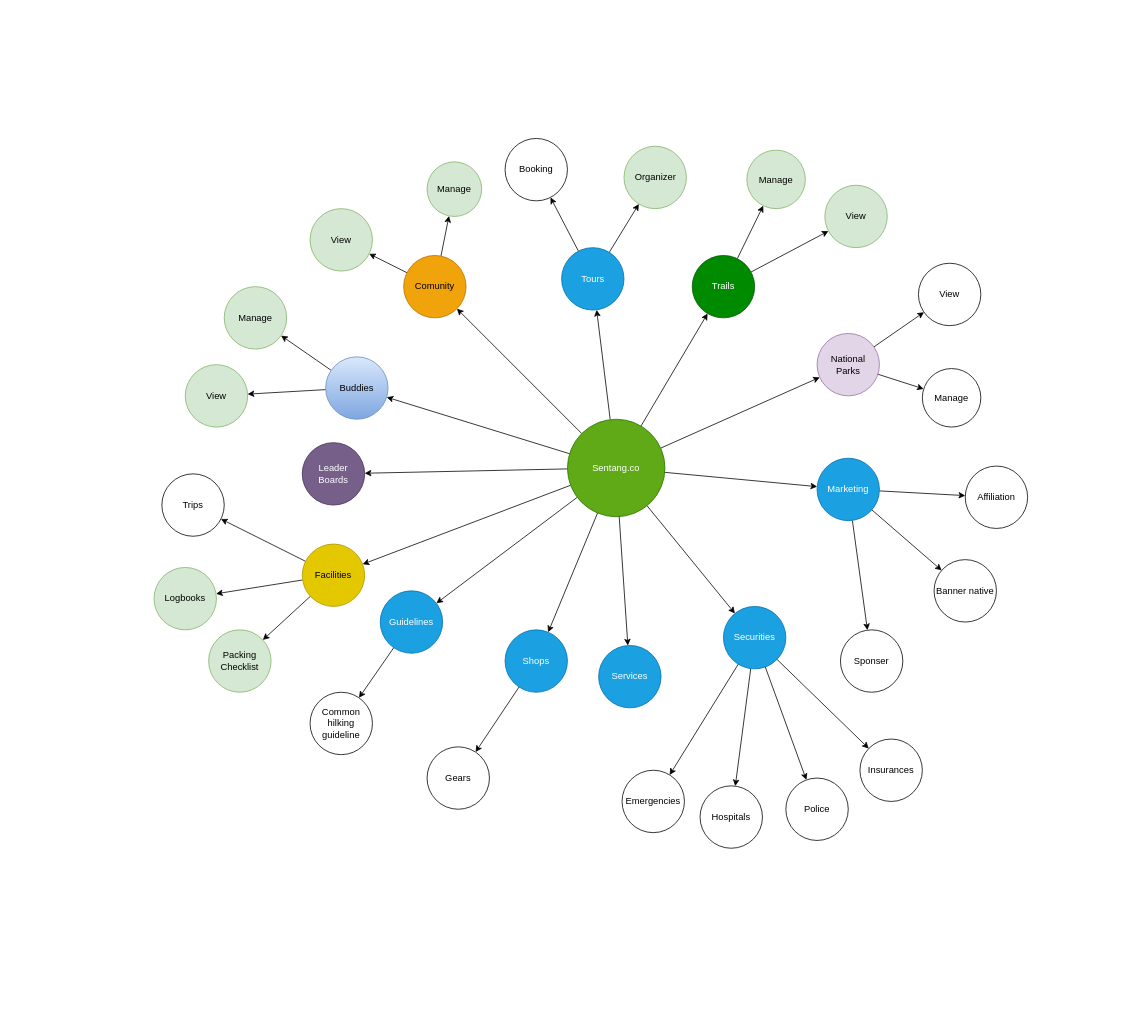
chavp/DataModeling keeps this draw.io diagram as page "Products" (1 of 3) of docs/draw/sentang.drawio. Above is the earlier version. Source tidied: cells renumbered, new cells numbered last; positions are measured from the earlier drawing's top-left corner, leaving out a move shared by most shapes. Both pictures are drawn from the tidied source at 78%, with x=0, y=0 at pixel (154, 138).
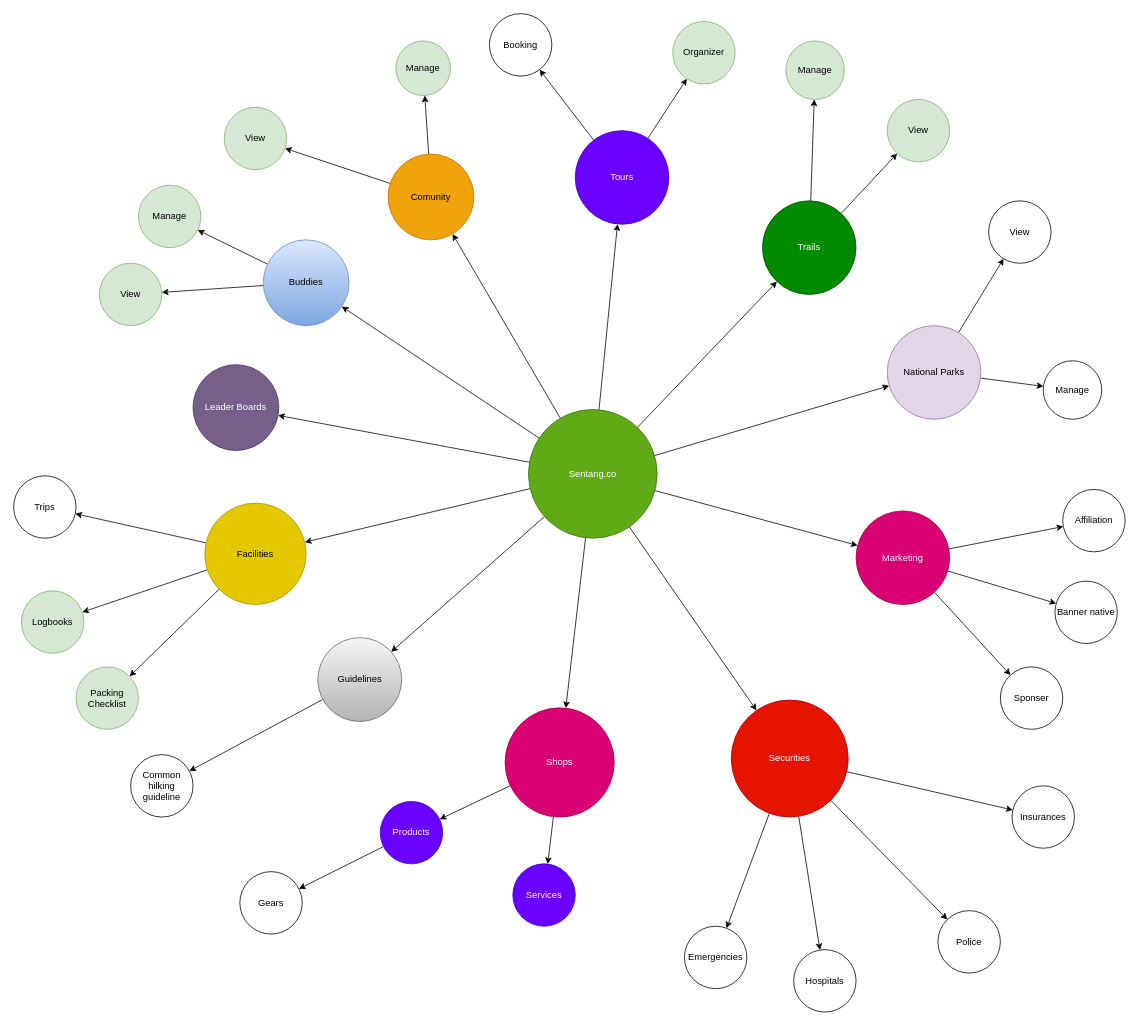
The same page after the edit.

What changed in the source:
```diff
@@
     <mxCell id="13" value="Sentang.co" style="ellipse;whiteSpace=wrap;html=1;fillColor=#60a917;fontColor=#ffffff;strokeColor=#2D7600;" parent="1" vertex="1">
-      <mxGeometry x="530" y="360" width="125" height="125" as="geometry" />
+      <mxGeometry x="480" y="347.5" width="165" height="165" as="geometry" />
     </mxCell>
@@
     <mxCell id="16" value="Comunity" style="ellipse;whiteSpace=wrap;html=1;fillColor=#f0a30a;fontColor=#000000;strokeColor=#BD7000;" parent="1" vertex="1">
-      <mxGeometry x="320" y="150" width="80" height="80" as="geometry" />
+      <mxGeometry x="300" y="20" width="110" height="110" as="geometry" />
     </mxCell>
@@
-    <mxCell id="19" value="Tours" style="ellipse;whiteSpace=wrap;html=1;fillColor=#1ba1e2;fontColor=#ffffff;strokeColor=#006EAF;" parent="1" vertex="1">
-      <mxGeometry x="522.5" y="140" width="80" height="80" as="geometry" />
+    <mxCell id="19" value="Tours" style="ellipse;whiteSpace=wrap;html=1;fillColor=#6a00ff;fontColor=#ffffff;strokeColor=#3700CC;" parent="1" vertex="1">
+      <mxGeometry x="540" y="-10" width="120" height="120" as="geometry" />
     </mxCell>
@@
     <mxCell id="22" value="Trails" style="ellipse;whiteSpace=wrap;html=1;fillColor=#008a00;fontColor=#ffffff;strokeColor=#005700;" parent="1" vertex="1">
-      <mxGeometry x="690" y="150" width="80" height="80" as="geometry" />
+      <mxGeometry x="780" y="80" width="120" height="120" as="geometry" />
     </mxCell>
@@
     <mxCell id="25" value="Buddies" style="ellipse;whiteSpace=wrap;html=1;fillColor=#dae8fc;strokeColor=#6c8ebf;gradientColor=#7ea6e0;" parent="1" vertex="1">
-      <mxGeometry x="220" y="280" width="80" height="80" as="geometry" />
+      <mxGeometry x="140" y="130" width="110" height="110" as="geometry" />
     </mxCell>
     <mxCell id="26" value="View" style="ellipse;whiteSpace=wrap;html=1;fillColor=#d5e8d4;strokeColor=#82b366;" parent="1" vertex="1">
-      <mxGeometry x="200" y="90" width="80" height="80" as="geometry" />
+      <mxGeometry x="90" y="-40" width="80" height="80" as="geometry" />
     </mxCell>
     <mxCell id="27" value="Manage" style="ellipse;whiteSpace=wrap;html=1;fillColor=#d5e8d4;strokeColor=#82b366;" parent="1" vertex="1">
-      <mxGeometry x="350" y="30" width="70" height="70" as="geometry" />
+      <mxGeometry x="310" y="-125" width="70" height="70" as="geometry" />
     </mxCell>
     <mxCell id="28" value="View" style="ellipse;whiteSpace=wrap;html=1;fillColor=#d5e8d4;strokeColor=#82b366;" parent="1" vertex="1">
-      <mxGeometry x="860" y="60" width="80" height="80" as="geometry" />
+      <mxGeometry x="940" y="-50" width="80" height="80" as="geometry" />
     </mxCell>
     <mxCell id="29" value="Manage" style="ellipse;whiteSpace=wrap;html=1;fillColor=#d5e8d4;strokeColor=#82b366;" parent="1" vertex="1">
-      <mxGeometry x="760" y="15" width="75" height="75" as="geometry" />
+      <mxGeometry x="810" y="-125" width="75" height="75" as="geometry" />
     </mxCell>
     <mxCell id="30" value="Leader Boards" style="ellipse;whiteSpace=wrap;html=1;fillColor=#76608a;fontColor=#ffffff;strokeColor=#432D57;" parent="1" vertex="1">
-      <mxGeometry x="190" y="390" width="80" height="80" as="geometry" />
+      <mxGeometry x="50" y="290" width="110" height="110" as="geometry" />
     </mxCell>
     <mxCell id="31" value="View" style="ellipse;whiteSpace=wrap;html=1;fillColor=#d5e8d4;strokeColor=#82b366;" parent="1" vertex="1">
-      <mxGeometry x="40" y="290" width="80" height="80" as="geometry" />
+      <mxGeometry x="-70" y="160" width="80" height="80" as="geometry" />
     </mxCell>
     <mxCell id="32" value="Manage" style="ellipse;whiteSpace=wrap;html=1;fillColor=#d5e8d4;strokeColor=#82b366;" parent="1" vertex="1">
-      <mxGeometry x="90" y="190" width="80" height="80" as="geometry" />
+      <mxGeometry x="-20" y="60" width="80" height="80" as="geometry" />
     </mxCell>
     <mxCell id="33" value="Booking" style="ellipse;whiteSpace=wrap;html=1;" parent="1" vertex="1">
-      <mxGeometry x="450" width="80" height="80" as="geometry" />
+      <mxGeometry x="430" y="-160" width="80" height="80" as="geometry" />
     </mxCell>
     <mxCell id="34" value="Organizer" style="ellipse;whiteSpace=wrap;html=1;fillColor=#d5e8d4;strokeColor=#82b366;" parent="1" vertex="1">
-      <mxGeometry x="602.5" y="10" width="80" height="80" as="geometry" />
+      <mxGeometry x="665" y="-150" width="80" height="80" as="geometry" />
     </mxCell>
@@
     <mxCell id="37" value="National Parks" style="ellipse;whiteSpace=wrap;html=1;fillColor=#e1d5e7;strokeColor=#9673a6;" parent="1" vertex="1">
-      <mxGeometry x="850" y="250" width="80" height="80" as="geometry" />
+      <mxGeometry x="940" y="240" width="120" height="120" as="geometry" />
     </mxCell>
     <mxCell id="38" value="View" style="ellipse;whiteSpace=wrap;html=1;" parent="1" vertex="1">
-      <mxGeometry x="980" y="160" width="80" height="80" as="geometry" />
+      <mxGeometry x="1070" y="80" width="80" height="80" as="geometry" />
     </mxCell>
     <mxCell id="39" value="Manage" style="ellipse;whiteSpace=wrap;html=1;" parent="1" vertex="1">
-      <mxGeometry x="985" y="295" width="75" height="75" as="geometry" />
+      <mxGeometry x="1140" y="285" width="75" height="75" as="geometry" />
     </mxCell>
@@
     <mxCell id="43" value="Facilities" style="ellipse;whiteSpace=wrap;html=1;fillColor=#e3c800;strokeColor=#B09500;fontColor=#000000;" parent="1" vertex="1">
-      <mxGeometry x="190" y="520" width="80" height="80" as="geometry" />
+      <mxGeometry x="65" y="467.5" width="130" height="130" as="geometry" />
     </mxCell>
     <mxCell id="44" value="Trips" style="ellipse;whiteSpace=wrap;html=1;" parent="1" vertex="1">
-      <mxGeometry x="10" y="430" width="80" height="80" as="geometry" />
+      <mxGeometry x="-180" y="432.5" width="80" height="80" as="geometry" />
     </mxCell>
     <mxCell id="45" value="Logbooks" style="ellipse;whiteSpace=wrap;html=1;fillColor=#d5e8d4;strokeColor=#82b366;" parent="1" vertex="1">
-      <mxGeometry y="550" width="80" height="80" as="geometry" />
+      <mxGeometry x="-170" y="580" width="80" height="80" as="geometry" />
     </mxCell>
     <mxCell id="46" value="Packing Checklist" style="ellipse;whiteSpace=wrap;html=1;fillColor=#d5e8d4;strokeColor=#82b366;" parent="1" vertex="1">
-      <mxGeometry x="70" y="630" width="80" height="80" as="geometry" />
+      <mxGeometry x="-100" y="677.5" width="80" height="80" as="geometry" />
     </mxCell>
-    <mxCell id="47" style="rounded=0;jettySize=auto;html=1;" parent="1" edge="1" source="48" target="49">
+    <mxCell id="47" style="rounded=0;jettySize=auto;html=1;" parent="1" edge="1" source="71" target="49">
       <mxGeometry relative="1" as="geometry" />
     </mxCell>
-    <mxCell id="48" value="Shops" style="ellipse;whiteSpace=wrap;html=1;fillColor=#1ba1e2;fontColor=#ffffff;strokeColor=#006EAF;" parent="1" vertex="1">
-      <mxGeometry x="450" y="630" width="80" height="80" as="geometry" />
+    <mxCell id="48" value="Shops" style="ellipse;whiteSpace=wrap;html=1;fillColor=#d80073;fontColor=#ffffff;strokeColor=#A50040;" parent="1" vertex="1">
+      <mxGeometry x="450" y="730" width="140" height="140" as="geometry" />
     </mxCell>
     <mxCell id="49" value="Gears" style="ellipse;whiteSpace=wrap;html=1;" parent="1" vertex="1">
-      <mxGeometry x="350" y="780" width="80" height="80" as="geometry" />
+      <mxGeometry x="110" y="940" width="80" height="80" as="geometry" />
     </mxCell>
@@
-    <mxCell id="53" value="Marketing" style="ellipse;whiteSpace=wrap;html=1;fillColor=#1ba1e2;fontColor=#ffffff;strokeColor=#006EAF;" parent="1" vertex="1">
-      <mxGeometry x="850" y="410" width="80" height="80" as="geometry" />
+    <mxCell id="53" value="Marketing" style="ellipse;whiteSpace=wrap;html=1;fillColor=#d80073;fontColor=#ffffff;strokeColor=#A50040;" parent="1" vertex="1">
+      <mxGeometry x="900" y="477.5" width="120" height="120" as="geometry" />
     </mxCell>
     <mxCell id="54" value="Sponser" style="ellipse;whiteSpace=wrap;html=1;" parent="1" vertex="1">
-      <mxGeometry x="880" y="630" width="80" height="80" as="geometry" />
+      <mxGeometry x="1085" y="677.5" width="80" height="80" as="geometry" />
     </mxCell>
     <mxCell id="55" value="Banner native" style="ellipse;whiteSpace=wrap;html=1;" parent="1" vertex="1">
-      <mxGeometry x="1000" y="540" width="80" height="80" as="geometry" />
+      <mxGeometry x="1155" y="567.5" width="80" height="80" as="geometry" />
     </mxCell>
     <mxCell id="56" value="Affiliation" style="ellipse;whiteSpace=wrap;html=1;" parent="1" vertex="1">
-      <mxGeometry x="1040" y="420" width="80" height="80" as="geometry" />
+      <mxGeometry x="1165" y="450" width="80" height="80" as="geometry" />
     </mxCell>
-    <mxCell id="57" value="Services" style="ellipse;whiteSpace=wrap;html=1;fillColor=#1ba1e2;fontColor=#ffffff;strokeColor=#006EAF;" parent="1" vertex="1">
-      <mxGeometry x="570" y="650" width="80" height="80" as="geometry" />
+    <mxCell id="57" value="Services" style="ellipse;whiteSpace=wrap;html=1;fillColor=#6a00ff;fontColor=#ffffff;strokeColor=#3700CC;" parent="1" vertex="1">
+      <mxGeometry x="460" y="930" width="80" height="80" as="geometry" />
     </mxCell>
-    <mxCell id="58" style="rounded=0;jettySize=auto;html=1;" parent="1" edge="1" source="13" target="57">
+    <mxCell id="58" style="rounded=0;jettySize=auto;html=1;" parent="1" edge="1" source="48" target="57">
       <mxGeometry relative="1" as="geometry" />
     </mxCell>
@@
-    <mxCell id="63" value="Securities" style="ellipse;whiteSpace=wrap;html=1;fillColor=#1ba1e2;fontColor=#ffffff;strokeColor=#006EAF;" parent="1" vertex="1">
-      <mxGeometry x="730" y="600" width="80" height="80" as="geometry" />
+    <mxCell id="63" value="Securities" style="ellipse;whiteSpace=wrap;html=1;fillColor=light-dark(#E51400,#FF3939);fontColor=#ffffff;strokeColor=#B20000;" parent="1" vertex="1">
+      <mxGeometry x="740" y="720" width="150" height="150" as="geometry" />
     </mxCell>
     <mxCell id="64" value="Emergencies" style="ellipse;whiteSpace=wrap;html=1;" parent="1" vertex="1">
-      <mxGeometry x="600" y="810" width="80" height="80" as="geometry" />
+      <mxGeometry x="680" y="1010" width="80" height="80" as="geometry" />
     </mxCell>
     <mxCell id="65" value="Hospitals" style="ellipse;whiteSpace=wrap;html=1;" parent="1" vertex="1">
-      <mxGeometry x="700" y="830" width="80" height="80" as="geometry" />
+      <mxGeometry x="820" y="1040" width="80" height="80" as="geometry" />
     </mxCell>
     <mxCell id="66" value="Police" style="ellipse;whiteSpace=wrap;html=1;" parent="1" vertex="1">
-      <mxGeometry x="810" y="820" width="80" height="80" as="geometry" />
+      <mxGeometry x="1005" y="990" width="80" height="80" as="geometry" />
     </mxCell>
     <mxCell id="67" value="Insurances" style="ellipse;whiteSpace=wrap;html=1;" parent="1" vertex="1">
-      <mxGeometry x="905" y="770" width="80" height="80" as="geometry" />
+      <mxGeometry x="1100" y="830" width="80" height="80" as="geometry" />
     </mxCell>
@@
-    <mxCell id="69" value="Guidelines" style="ellipse;whiteSpace=wrap;html=1;fillColor=#1ba1e2;fontColor=#ffffff;strokeColor=#006EAF;" parent="1" vertex="1">
-      <mxGeometry x="290" y="580" width="80" height="80" as="geometry" />
+    <mxCell id="69" value="Guidelines" style="ellipse;whiteSpace=wrap;html=1;fillColor=#f5f5f5;strokeColor=#666666;gradientColor=#b3b3b3;" parent="1" vertex="1">
+      <mxGeometry x="210" y="640" width="107.5" height="107.5" as="geometry" />
     </mxCell>
     <mxCell id="70" value="Common hilking guideline" style="ellipse;whiteSpace=wrap;html=1;" parent="1" vertex="1">
-      <mxGeometry x="200" y="710" width="80" height="80" as="geometry" />
+      <mxGeometry x="-30" y="790" width="80" height="80" as="geometry" />
     </mxCell>
+    <mxCell id="71" value="Products" style="ellipse;whiteSpace=wrap;html=1;fillColor=#6a00ff;fontColor=#ffffff;strokeColor=#3700CC;" parent="1" vertex="1">
+      <mxGeometry x="290" y="850" width="80" height="80" as="geometry" />
+    </mxCell>
+    <mxCell id="72" style="rounded=0;jettySize=auto;html=1;" parent="1" edge="1" source="48" target="71">
+      <mxGeometry relative="1" as="geometry" />
+    </mxCell>
```
